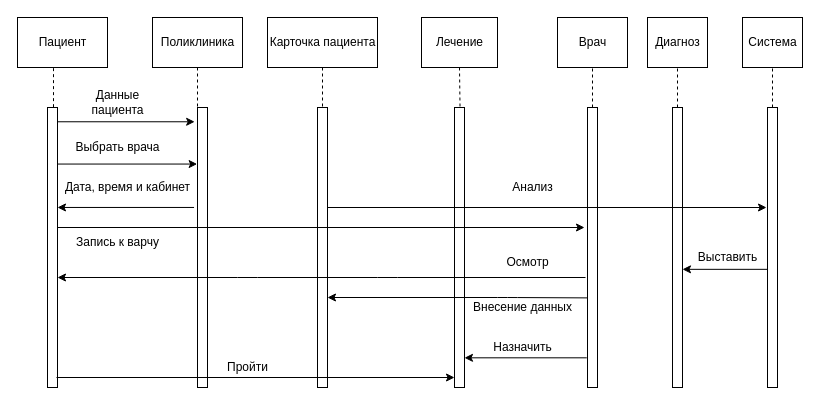
Above: DAoSS/Диаграмма_последовательности.drawio in VikaYakunina/lemongatorade (draw.io), before the change. Source tidied: cells renumbered, new cells numbered last; positions are measured from the earlier drawing's top-left corner, leaving out a move shared by most shapes. Both pictures are drawn from the tidied source at 100%, with x=0, y=0 at pixel (17, 17).
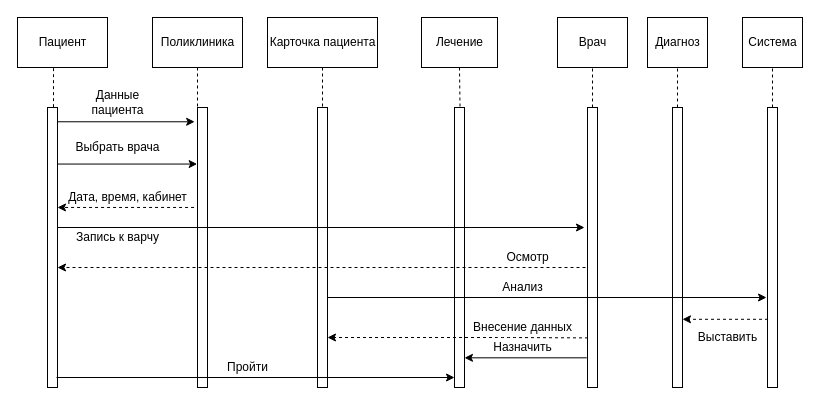
Above is the later version.

The change refers to these unchanged cells:
```xml
<mxCell id="3" style="html=1;points=[];perimeter=orthogonalPerimeter;" parent="1" vertex="1">
  <mxGeometry x="30" y="90" width="10" height="280" as="geometry" />
</mxCell>
<mxCell id="9" style="html=1;points=[];perimeter=orthogonalPerimeter;" parent="1" vertex="1">
  <mxGeometry x="180" y="90" width="10" height="280" as="geometry" />
</mxCell>
<mxCell id="16" style="html=1;points=[];perimeter=orthogonalPerimeter;" parent="1" vertex="1">
  <mxGeometry x="300" y="90" width="10" height="280" as="geometry" />
</mxCell>
<mxCell id="18" style="html=1;points=[];perimeter=orthogonalPerimeter;" parent="1" vertex="1">
  <mxGeometry x="570" y="90" width="10" height="280" as="geometry" />
</mxCell>
<mxCell id="23" style="html=1;points=[];perimeter=orthogonalPerimeter;" parent="1" vertex="1">
  <mxGeometry x="655" y="90" width="10" height="280" as="geometry" />
</mxCell>
<mxCell id="34" style="html=1;points=[];perimeter=orthogonalPerimeter;" parent="1" vertex="1">
  <mxGeometry x="750" y="90" width="10" height="280" as="geometry" />
</mxCell>
```

What changed in the source:
```diff
@@
     <mxCell id="15" value="Запись к варчу" style="text;html=1;align=center;verticalAlign=middle;fillColor=none;strokeColor=none;rounded=0;" parent="1" vertex="1">
-      <mxGeometry x="50" y="215" width="100" height="20" as="geometry" />
+      <mxGeometry x="50" y="210" width="100" height="20" as="geometry" />
     </mxCell>
@@
-    <mxCell id="20" style="endArrow=classic;html=1;exitX=0.048;exitY=0.68;exitDx=0;exitDy=0;exitPerimeter=0;" parent="1" edge="1" source="18" target="16">
+    <mxCell id="20" style="endArrow=classic;html=1;exitX=0.048;exitY=0.68;exitDx=0;exitDy=0;exitPerimeter=0;dashed=1;" parent="1" edge="1">
       <mxGeometry relative="1" as="geometry">
+        <mxPoint x="570.5" y="320.4" as="sourcePoint" />
+        <mxPoint x="310" y="320" as="targetPoint" />
         <Array as="points">
-          <mxPoint x="490" y="280" />
+          <mxPoint x="490" y="320" />
         </Array>
       </mxGeometry>
     </mxCell>
     <mxCell id="21" value="Внесение данных" style="text;html=1;align=center;verticalAlign=middle;fillColor=none;strokeColor=none;rounded=0;" parent="1" vertex="1">
-      <mxGeometry x="450" y="280" width="110" height="20" as="geometry" />
+      <mxGeometry x="450" y="300" width="110" height="20" as="geometry" />
     </mxCell>
@@
-    <mxCell id="26" style="endArrow=classic;html=1;" parent="1" edge="1">
+    <mxCell id="26" style="endArrow=classic;html=1;dashed=1;" parent="1" edge="1">
       <mxGeometry relative="1" as="geometry">
-        <mxPoint x="568" y="260" as="sourcePoint" />
-        <mxPoint x="40" y="260" as="targetPoint" />
+        <mxPoint x="568" y="250" as="sourcePoint" />
+        <mxPoint x="40" y="250" as="targetPoint" />
         <Array as="points">
-          <mxPoint x="370" y="260" />
-          <mxPoint x="230" y="260" />
+          <mxPoint x="370" y="250" />
+          <mxPoint x="230" y="250" />
         </Array>
       </mxGeometry>
     </mxCell>
@@
-    <mxCell id="31" value="Дата, время и кабинет" style="text;html=1;align=center;verticalAlign=middle;fillColor=none;strokeColor=none;rounded=0;" parent="1" vertex="1">
-      <mxGeometry x="40" y="160" width="140" height="20" as="geometry" />
+    <mxCell id="31" value="Дата, время, кабинет" style="text;html=1;align=center;verticalAlign=middle;fillColor=none;strokeColor=none;rounded=0;" parent="1" vertex="1">
+      <mxGeometry x="45" y="170" width="130" height="20" as="geometry" />
     </mxCell>
@@
     <mxCell id="36" value="Анализ" style="text;html=1;align=center;verticalAlign=middle;fillColor=none;strokeColor=none;rounded=0;" parent="1" vertex="1">
-      <mxGeometry x="485" y="160" width="60" height="20" as="geometry" />
+      <mxGeometry x="475" y="260" width="60" height="20" as="geometry" />
     </mxCell>
-    <mxCell id="37" style="endArrow=classic;html=1;" parent="1" edge="1" source="16">
+    <mxCell id="37" style="endArrow=classic;html=1;" parent="1" edge="1">
       <mxGeometry relative="1" as="geometry">
-        <mxPoint x="749" y="190" as="targetPoint" />
+        <mxPoint x="310" y="280" as="sourcePoint" />
+        <mxPoint x="749" y="280" as="targetPoint" />
       </mxGeometry>
     </mxCell>
     <mxCell id="38" value="Выставить" style="text;html=1;align=center;verticalAlign=middle;fillColor=none;strokeColor=none;rounded=0;" parent="1" vertex="1">
-      <mxGeometry x="670" y="230" width="80" height="20" as="geometry" />
+      <mxGeometry x="670" y="310" width="80" height="20" as="geometry" />
     </mxCell>
-    <mxCell id="39" style="endArrow=classic;html=1;exitX=-0.345;exitY=0.357;exitDx=0;exitDy=0;exitPerimeter=0;" parent="1" edge="1" source="9" target="3">
+    <mxCell id="39" style="endArrow=classic;html=1;exitX=-0.345;exitY=0.357;exitDx=0;exitDy=0;exitPerimeter=0;dashed=1;" parent="1" edge="1" source="9" target="3">
       <mxGeometry relative="1" as="geometry" />
     </mxCell>
@@
-    <mxCell id="41" style="endArrow=classic;html=1;exitX=0.048;exitY=0.578;exitDx=0;exitDy=0;exitPerimeter=0;" parent="1" edge="1" source="34" target="23">
-      <mxGeometry relative="1" as="geometry" />
+    <mxCell id="41" style="endArrow=classic;html=1;exitX=0.048;exitY=0.578;exitDx=0;exitDy=0;exitPerimeter=0;dashed=1;" parent="1" edge="1">
+      <mxGeometry relative="1" as="geometry">
+        <mxPoint x="750.5" y="301.8" as="sourcePoint" />
+        <mxPoint x="665" y="301.8" as="targetPoint" />
+      </mxGeometry>
     </mxCell>
     <mxCell id="42" value="Осмотр" style="text;html=1;align=center;verticalAlign=middle;fillColor=none;strokeColor=none;rounded=0;" parent="1" vertex="1">
-      <mxGeometry x="480" y="235" width="60" height="20" as="geometry" />
+      <mxGeometry x="480" y="230" width="60" height="20" as="geometry" />
     </mxCell>
```
